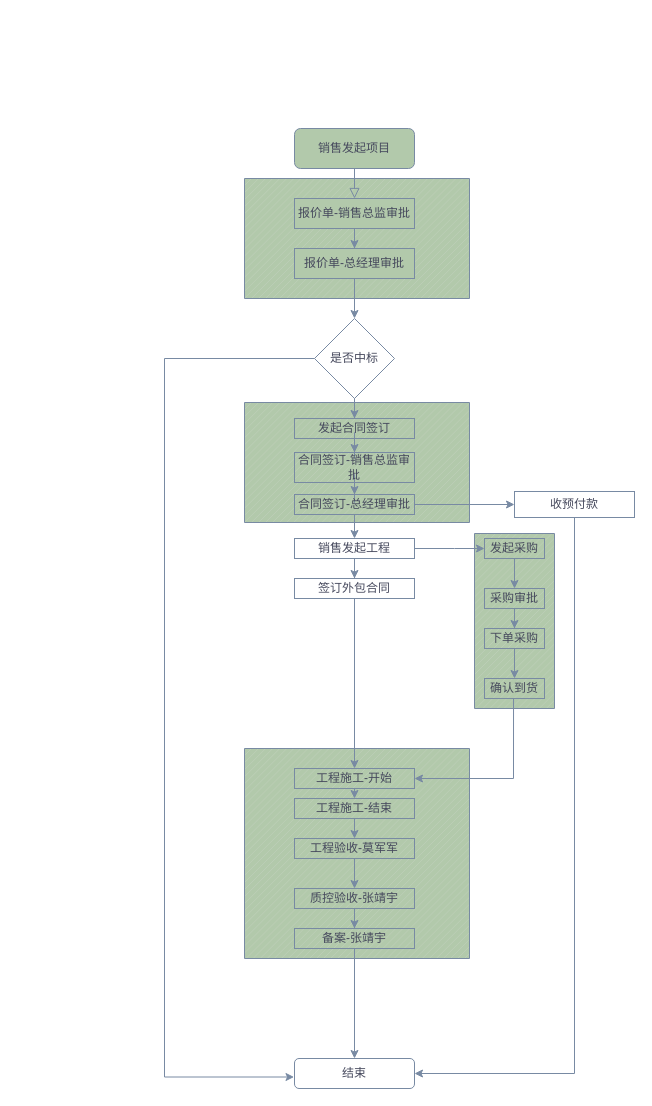
This is Untitled Diagram.drawio from htpan610/auto_answer1, a draw.io file, before an edit. Source tidied: cells renumbered, new cells numbered last; positions are measured from the earlier drawing's top-left corner, leaving out a move shared by most shapes. Both pictures are drawn from the tidied source at 100%, with x=0, y=0 at pixel (164, 128).
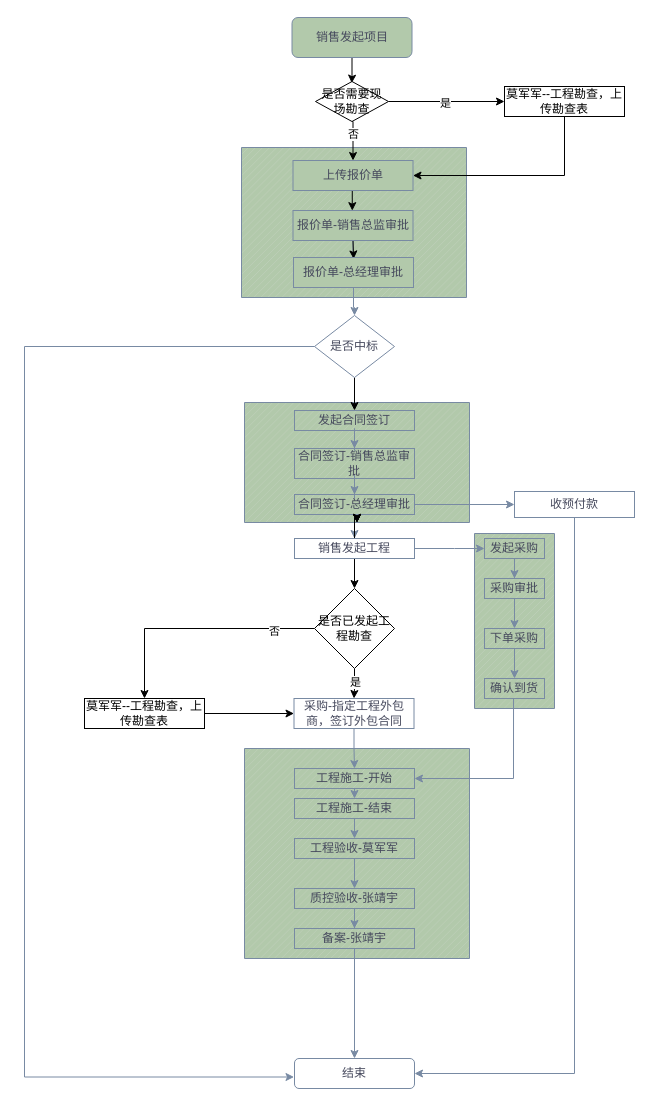
Above is the later version.

The change refers to these unchanged cells:
```xml
<mxCell id="4" style="verticalLabelPosition=bottom;verticalAlign=top;html=1;shape=mxgraph.basic.patternFillRect;fillStyle=diag;step=5;fillStrokeWidth=0.2;fillStrokeColor=#dddddd;fillColor=#B2C9AB;strokeColor=#788AA3;fontColor=#46495D;" parent="1" vertex="1">
  <mxGeometry x="80" y="274" width="225" height="120" as="geometry" />
</mxCell>
<mxCell id="15" value="结束" style="rounded=1;whiteSpace=wrap;html=1;fillColor=none;strokeColor=#788AA3;fontColor=#46495D;" parent="1" vertex="1">
  <mxGeometry x="130" y="930" width="120" height="30" as="geometry" />
</mxCell>
<mxCell id="27" value="销售发起工程" style="whiteSpace=wrap;html=1;fillColor=none;strokeColor=#788AA3;fontColor=#46495D;" parent="1" vertex="1">
  <mxGeometry x="130" y="410" width="120" height="20" as="geometry" />
</mxCell>
```

What changed in the source:
```diff
@@
-    <mxCell id="5" style="verticalLabelPosition=bottom;verticalAlign=top;html=1;shape=mxgraph.basic.patternFillRect;fillStyle=diag;step=5;fillStrokeWidth=0.2;fillStrokeColor=#dddddd;fillColor=#B2C9AB;strokeColor=#788AA3;fontColor=#46495D;" parent="1" vertex="1">
-      <mxGeometry x="80" y="50" width="225" height="120" as="geometry" />
+    <mxCell id="5" style="verticalLabelPosition=bottom;verticalAlign=top;html=1;shape=mxgraph.basic.patternFillRect;fillStyle=diag;step=5;fillStrokeWidth=0.2;fillStrokeColor=#dddddd;fillColor=#B2C9AB;strokeColor=#788AA3;fontColor=#46495D;textDirection=ltr;" parent="1" vertex="1">
+      <mxGeometry x="77" y="19" width="225" height="150" as="geometry" />
     </mxCell>
-    <mxCell id="6" style="rounded=0;html=1;jettySize=auto;fontSize=11;endArrow=block;endFill=0;endSize=8;strokeWidth=1;shadow=0;labelBackgroundColor=none;edgeStyle=orthogonalEdgeStyle;entryX=0.5;entryY=0;entryDx=0;entryDy=0;strokeColor=#788AA3;fontColor=#46495D;" parent="1" edge="1" source="7" target="9">
-      <mxGeometry relative="1" as="geometry" />
-    </mxCell>
+    <mxCell id="48" style="edgeStyle=orthogonalEdgeStyle;rounded=0;jettySize=auto;html=1;entryX=0.497;entryY=0.041;entryDx=0;entryDy=0;entryPerimeter=0;" parent="1" edge="1" source="7" target="68">
+      <mxGeometry relative="1" as="geometry" />
+    </mxCell>
     <mxCell id="7" value="销售发起项目" style="rounded=1;whiteSpace=wrap;html=1;fontSize=12;glass=0;strokeWidth=1;shadow=0;fillColor=#B2C9AB;strokeColor=#788AA3;fontColor=#46495D;" parent="1" vertex="1">
-      <mxGeometry x="130" width="120" height="40" as="geometry" />
+      <mxGeometry x="127.5" y="-111" width="120" height="40" as="geometry" />
     </mxCell>
@@
+    <mxCell id="49" style="edgeStyle=orthogonalEdgeStyle;rounded=0;jettySize=auto;html=1;exitX=0.5;exitY=1;exitDx=0;exitDy=0;entryX=0.501;entryY=0.048;entryDx=0;entryDy=0;entryPerimeter=0;" parent="1" edge="1" source="9" target="11">
+      <mxGeometry relative="1" as="geometry" />
+    </mxCell>
     <mxCell id="9" value="报价单-销售总监审批" style="rounded=0;whiteSpace=wrap;html=1;fillColor=#B2C9AB;strokeColor=#788AA3;fontColor=#46495D;" parent="1" vertex="1">
-      <mxGeometry x="130" y="70" width="120" height="30" as="geometry" />
+      <mxGeometry x="128.5" y="82" width="120" height="30" as="geometry" />
     </mxCell>
@@
     <mxCell id="11" value="报价单-总经理审批" style="whiteSpace=wrap;html=1;rounded=0;fillColor=#B2C9AB;strokeColor=#788AA3;fontColor=#46495D;" parent="1" vertex="1">
-      <mxGeometry x="130" y="120" width="120" height="30" as="geometry" />
+      <mxGeometry x="129" y="129" width="120" height="30" as="geometry" />
     </mxCell>
-    <mxCell id="12" style="edgeStyle=orthogonalEdgeStyle;rounded=0;jettySize=auto;html=1;entryX=-0.004;entryY=0.617;entryDx=0;entryDy=0;entryPerimeter=0;strokeColor=#788AA3;fontColor=#46495D;" parent="1" edge="1" source="14" target="15">
+    <mxCell id="12" style="edgeStyle=orthogonalEdgeStyle;rounded=0;jettySize=auto;html=1;entryX=-0.004;entryY=0.617;entryDx=0;entryDy=0;entryPerimeter=0;strokeColor=#788AA3;fontColor=#46495D;exitX=0;exitY=0.5;exitDx=0;exitDy=0;" parent="1" edge="1" source="14" target="15">
       <mxGeometry relative="1" as="geometry">
         <Array as="points">
-          <mxPoint y="230" />
-          <mxPoint y="949" />
+          <mxPoint x="-140" y="218" />
+          <mxPoint x="-140" y="949" />
         </Array>
       </mxGeometry>
     </mxCell>
-    <mxCell id="13" style="edgeStyle=orthogonalEdgeStyle;rounded=0;jettySize=auto;html=1;strokeColor=#788AA3;fontColor=#46495D;" parent="1" edge="1" source="14" target="17">
+    <mxCell id="13" style="edgeStyle=orthogonalEdgeStyle;rounded=0;jettySize=auto;html=1;" parent="1" edge="1" source="14" target="17">
       <mxGeometry relative="1" as="geometry" />
     </mxCell>
     <mxCell id="14" value="是否中标" style="rhombus;whiteSpace=wrap;html=1;fillColor=none;strokeColor=#788AA3;fontColor=#46495D;" parent="1" vertex="1">
-      <mxGeometry x="150" y="190" width="80" height="80" as="geometry" />
+      <mxGeometry x="150" y="187" width="80" height="62" as="geometry" />
     </mxCell>
@@
     <mxCell id="17" value="发起合同签订" style="whiteSpace=wrap;html=1;fillColor=none;strokeColor=#788AA3;fontColor=#46495D;" parent="1" vertex="1">
-      <mxGeometry x="130" y="290" width="120" height="20" as="geometry" />
+      <mxGeometry x="130" y="282" width="120" height="20" as="geometry" />
     </mxCell>
@@
     <mxCell id="19" value="合同签订-销售总监审批" style="whiteSpace=wrap;html=1;fillColor=none;strokeColor=#788AA3;fontColor=#46495D;" parent="1" vertex="1">
-      <mxGeometry x="130" y="324" width="120" height="30" as="geometry" />
+      <mxGeometry x="130" y="320" width="120" height="30" as="geometry" />
     </mxCell>
@@
-    <mxCell id="25" style="edgeStyle=orthogonalEdgeStyle;rounded=0;jettySize=auto;html=1;strokeColor=#788AA3;fontColor=#46495D;" parent="1" edge="1" source="27" target="29">
-      <mxGeometry relative="1" as="geometry" />
-    </mxCell>
@@
+    <mxCell id="50" style="edgeStyle=orthogonalEdgeStyle;rounded=0;jettySize=auto;html=1;" parent="1" edge="1" source="27" target="4">
+      <mxGeometry relative="1" as="geometry" />
+    </mxCell>
+    <mxCell id="51" style="edgeStyle=orthogonalEdgeStyle;rounded=0;jettySize=auto;html=1;" parent="1" edge="1" source="27" target="4">
+      <mxGeometry relative="1" as="geometry" />
+    </mxCell>
+    <mxCell id="52" style="edgeStyle=orthogonalEdgeStyle;rounded=0;jettySize=auto;html=1;" parent="1" edge="1" source="27" target="4">
+      <mxGeometry relative="1" as="geometry" />
+    </mxCell>
+    <mxCell id="53" style="edgeStyle=orthogonalEdgeStyle;rounded=0;jettySize=auto;html=1;" parent="1" edge="1" source="27" target="4">
+      <mxGeometry relative="1" as="geometry" />
+    </mxCell>
+    <mxCell id="54" style="edgeStyle=orthogonalEdgeStyle;rounded=0;jettySize=auto;html=1;exitX=0.5;exitY=1;exitDx=0;exitDy=0;entryX=0.5;entryY=0;entryDx=0;entryDy=0;" parent="1" edge="1" source="27" target="59">
+      <mxGeometry relative="1" as="geometry" />
+    </mxCell>
@@
-    <mxCell id="29" value="签订外包合同" style="whiteSpace=wrap;html=1;fillColor=none;strokeColor=#788AA3;fontColor=#46495D;" parent="1" vertex="1">
-      <mxGeometry x="130" y="450" width="120" height="20" as="geometry" />
+    <mxCell id="29" value="采购-指定工程外包商，签订外包合同" style="whiteSpace=wrap;html=1;fillColor=none;strokeColor=#788AA3;fontColor=#46495D;" parent="1" vertex="1">
+      <mxGeometry x="129.5" y="570" width="120" height="30" as="geometry" />
     </mxCell>
@@
     <mxCell id="43" value="采购审批" style="whiteSpace=wrap;html=1;fillColor=none;strokeColor=#788AA3;fontColor=#46495D;" parent="1" vertex="1">
-      <mxGeometry x="320" y="460" width="60" height="20" as="geometry" />
+      <mxGeometry x="320" y="450" width="60" height="20" as="geometry" />
     </mxCell>
@@
+    <mxCell id="55" style="edgeStyle=orthogonalEdgeStyle;rounded=0;jettySize=auto;html=1;entryX=0.5;entryY=0;entryDx=0;entryDy=0;" parent="1" edge="1" source="59" target="61">
+      <mxGeometry relative="1" as="geometry" />
+    </mxCell>
+    <mxCell id="56" value="否" style="edgeLabel;html=1;align=center;verticalAlign=middle;" parent="55" vertex="1">
+      <mxGeometry x="-0.66" y="2" relative="1" as="geometry" />
+    </mxCell>
+    <mxCell id="57" style="edgeStyle=orthogonalEdgeStyle;rounded=0;jettySize=auto;html=1;exitX=0.5;exitY=1;exitDx=0;exitDy=0;" parent="1" edge="1" source="59" target="29">
+      <mxGeometry relative="1" as="geometry" />
+    </mxCell>
+    <mxCell id="58" value="是" style="edgeLabel;html=1;align=center;verticalAlign=middle;" parent="57" vertex="1">
+      <mxGeometry x="-0.17" relative="1" as="geometry" />
+    </mxCell>
+    <mxCell id="59" value="是否已发起工程勘查" style="rhombus;whiteSpace=wrap;html=1;" parent="1" vertex="1">
+      <mxGeometry x="150" y="460" width="80" height="80" as="geometry" />
+    </mxCell>
+    <mxCell id="60" style="edgeStyle=orthogonalEdgeStyle;rounded=0;jettySize=auto;html=1;entryX=0;entryY=0.5;entryDx=0;entryDy=0;" parent="1" edge="1" source="61" target="29">
+      <mxGeometry relative="1" as="geometry" />
+    </mxCell>
+    <mxCell id="61" value="莫军军--工程勘查，上传勘查表" style="rounded=0;whiteSpace=wrap;html=1;" parent="1" vertex="1">
+      <mxGeometry x="-80" y="570" width="120" height="30" as="geometry" />
+    </mxCell>
+    <mxCell id="62" style="edgeStyle=orthogonalEdgeStyle;rounded=0;jettySize=auto;html=1;entryX=0.494;entryY=0.005;entryDx=0;entryDy=0;entryPerimeter=0;" parent="1" edge="1" source="63" target="9">
+      <mxGeometry relative="1" as="geometry">
+        <Array as="points">
+          <mxPoint x="188" y="82" />
+          <mxPoint x="188" y="82" />
+        </Array>
+      </mxGeometry>
+    </mxCell>
+    <mxCell id="63" value="上传报价单" style="rounded=0;whiteSpace=wrap;html=1;fillColor=#B2C9AB;strokeColor=#788AA3;fontColor=#46495D;" parent="1" vertex="1">
+      <mxGeometry x="128.5" y="32" width="120" height="30" as="geometry" />
+    </mxCell>
+    <mxCell id="64" style="edgeStyle=orthogonalEdgeStyle;rounded=0;jettySize=auto;html=1;entryX=0;entryY=0.5;entryDx=0;entryDy=0;" parent="1" edge="1" source="68" target="70">
+      <mxGeometry relative="1" as="geometry" />
+    </mxCell>
+    <mxCell id="65" value="是" style="edgeLabel;html=1;align=center;verticalAlign=middle;" parent="64" vertex="1">
+      <mxGeometry x="-0.04" y="-1" relative="1" as="geometry" />
+    </mxCell>
+    <mxCell id="66" style="edgeStyle=orthogonalEdgeStyle;rounded=0;jettySize=auto;html=1;exitX=0.5;exitY=1;exitDx=0;exitDy=0;entryX=0.5;entryY=0;entryDx=0;entryDy=0;" parent="1" edge="1" source="68" target="63">
+      <mxGeometry relative="1" as="geometry" />
+    </mxCell>
+    <mxCell id="67" value="否" style="edgeLabel;html=1;align=center;verticalAlign=middle;" parent="66" vertex="1">
+      <mxGeometry x="-0.37" relative="1" as="geometry" />
+    </mxCell>
+    <mxCell id="68" value="是否需要现场勘查" style="rhombus;whiteSpace=wrap;html=1;" parent="1" vertex="1">
+      <mxGeometry x="151" y="-47" width="73" height="40" as="geometry" />
+    </mxCell>
+    <mxCell id="69" style="edgeStyle=orthogonalEdgeStyle;rounded=0;jettySize=auto;html=1;entryX=1;entryY=0.5;entryDx=0;entryDy=0;" parent="1" edge="1" source="70" target="63">
+      <mxGeometry relative="1" as="geometry">
+        <Array as="points">
+          <mxPoint x="400" y="47" />
+        </Array>
+      </mxGeometry>
+    </mxCell>
+    <mxCell id="70" value="莫军军--工程勘查，上传勘查表" style="rounded=0;whiteSpace=wrap;html=1;" parent="1" vertex="1">
+      <mxGeometry x="340" y="-42" width="120" height="30" as="geometry" />
+    </mxCell>
```
